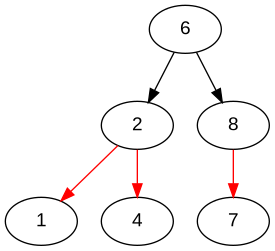
The Graphviz diagram rbt/rbt.png in Lucas-Dimitri/ED2, before a commit. Its source is kept beside it as rbt/rbt.dot. Source of this version:
```dot
digraph RedBlackTree {
    node [fontname="Arial"];
    6 -> 2 [color=black];
    2 -> 1 [color=red];
    2 -> 4 [color=red];
    6 -> 8 [color=black];
    8 -> 7 [color=red];
}
```
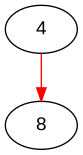
The same diagram one commit later.

Commit message:
fim do trab de red-black

Change to the diagram source:
```diff
@@ -1,8 +1,4 @@
 digraph RedBlackTree {
     node [fontname="Arial"];
-    6 -> 2 [color=black];
-    2 -> 1 [color=red];
-    2 -> 4 [color=red];
-    6 -> 8 [color=black];
-    8 -> 7 [color=red];
+    4 -> 8 [color=red];
 }
```
